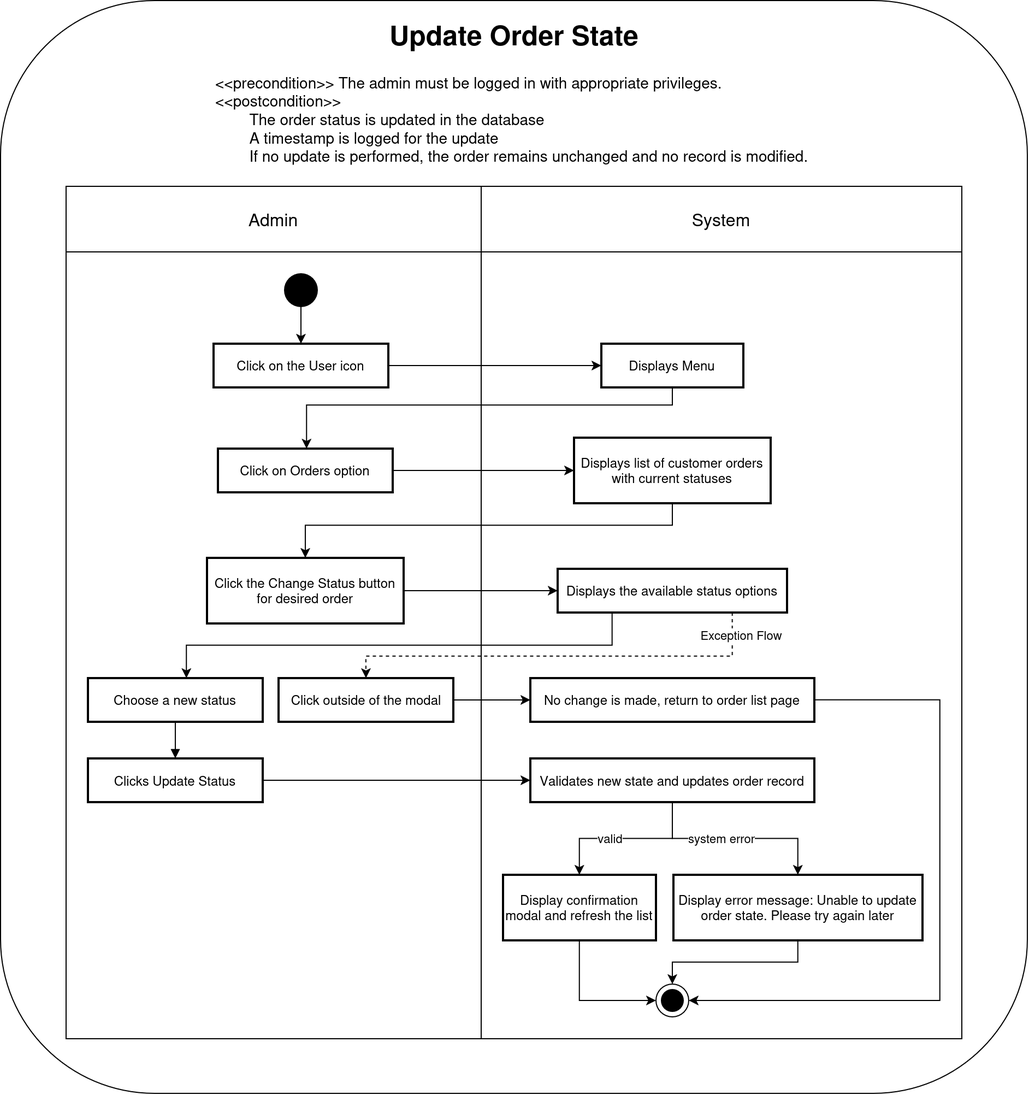
The draw.io diagram Activity_Diagram/A4.drawio.png in auphong2707/PTTKHT-Final-Report, before a commit. Source tidied: cells renumbered, new cells last; positions are measured from the earlier drawing's top-left corner, leaving out a move shared by most shapes. The source it was exported from:
```xml
<mxGraphModel>
  <root>
    <mxCell id="0" />
    <mxCell id="1" parent="0" />
    <mxCell id="2" style="rounded=1;whiteSpace=wrap;html=1;" parent="1" vertex="1">
      <mxGeometry width="940" height="1000" as="geometry" />
    </mxCell>
    <mxCell id="3" style="whiteSpace=wrap;strokeWidth=1;" parent="1" vertex="1">
      <mxGeometry x="440" y="230" width="440" height="720" as="geometry" />
    </mxCell>
    <mxCell id="4" style="whiteSpace=wrap;strokeWidth=1;" parent="1" vertex="1">
      <mxGeometry x="60" y="230" width="380" height="720" as="geometry" />
    </mxCell>
    <mxCell id="5" style="edgeStyle=orthogonalEdgeStyle;rounded=0;jettySize=auto;html=1;" parent="1" edge="1" source="6" target="17">
      <mxGeometry relative="1" as="geometry" />
    </mxCell>
    <mxCell id="6" value="Click on the User icon" style="whiteSpace=wrap;strokeWidth=2;" parent="1" vertex="1">
      <mxGeometry x="195" y="314" width="160" height="40" as="geometry" />
    </mxCell>
    <mxCell id="7" style="edgeStyle=orthogonalEdgeStyle;rounded=0;jettySize=auto;html=1;entryX=0;entryY=0.5;entryDx=0;entryDy=0;" parent="1" edge="1" source="8" target="19">
      <mxGeometry relative="1" as="geometry" />
    </mxCell>
    <mxCell id="8" value="Click on Orders option" style="whiteSpace=wrap;strokeWidth=2;" parent="1" vertex="1">
      <mxGeometry x="199" y="410" width="160" height="40" as="geometry" />
    </mxCell>
    <mxCell id="9" style="edgeStyle=orthogonalEdgeStyle;rounded=0;jettySize=auto;html=1;entryX=0;entryY=0.5;entryDx=0;entryDy=0;" parent="1" edge="1" source="10" target="23">
      <mxGeometry relative="1" as="geometry" />
    </mxCell>
    <mxCell id="10" value="Click the Change Status button for desired order" style="whiteSpace=wrap;strokeWidth=2;" parent="1" vertex="1">
      <mxGeometry x="189" y="510" width="180" height="60" as="geometry" />
    </mxCell>
    <mxCell id="11" value="Choose a new status" style="whiteSpace=wrap;strokeWidth=2;" parent="1" vertex="1">
      <mxGeometry x="80" y="620" width="160" height="40" as="geometry" />
    </mxCell>
    <mxCell id="12" style="edgeStyle=orthogonalEdgeStyle;rounded=0;jettySize=auto;html=1;entryX=0;entryY=0.5;entryDx=0;entryDy=0;" parent="1" edge="1" source="13" target="28">
      <mxGeometry relative="1" as="geometry" />
    </mxCell>
    <mxCell id="13" value="Clicks Update Status" style="whiteSpace=wrap;strokeWidth=2;" parent="1" vertex="1">
      <mxGeometry x="80" y="693.5" width="160" height="40" as="geometry" />
    </mxCell>
    <mxCell id="14" style="edgeStyle=orthogonalEdgeStyle;rounded=0;jettySize=auto;html=1;" parent="1" edge="1" source="15" target="32">
      <mxGeometry relative="1" as="geometry" />
    </mxCell>
    <mxCell id="15" value="Click outside of the modal" style="whiteSpace=wrap;strokeWidth=2;" parent="1" vertex="1">
      <mxGeometry x="254.5" y="620" width="160" height="40" as="geometry" />
    </mxCell>
    <mxCell id="16" style="edgeStyle=orthogonalEdgeStyle;rounded=0;jettySize=auto;html=1;" parent="1" edge="1" source="17" target="8">
      <mxGeometry relative="1" as="geometry">
        <Array as="points">
          <mxPoint x="615" y="370" />
          <mxPoint x="280" y="370" />
        </Array>
      </mxGeometry>
    </mxCell>
    <mxCell id="17" value="Displays Menu" style="whiteSpace=wrap;strokeWidth=2;" parent="1" vertex="1">
      <mxGeometry x="550" y="314" width="130" height="40" as="geometry" />
    </mxCell>
    <mxCell id="18" style="edgeStyle=orthogonalEdgeStyle;rounded=0;jettySize=auto;html=1;" parent="1" edge="1" source="19" target="10">
      <mxGeometry relative="1" as="geometry">
        <Array as="points">
          <mxPoint x="615" y="480" />
          <mxPoint x="279" y="480" />
        </Array>
      </mxGeometry>
    </mxCell>
    <mxCell id="19" value="Displays list of customer orders with current statuses" style="whiteSpace=wrap;strokeWidth=2;" parent="1" vertex="1">
      <mxGeometry x="525" y="400" width="180" height="60" as="geometry" />
    </mxCell>
    <mxCell id="20" style="edgeStyle=orthogonalEdgeStyle;rounded=0;jettySize=auto;html=1;" parent="1" edge="1" source="23" target="11">
      <mxGeometry relative="1" as="geometry">
        <Array as="points">
          <mxPoint x="560" y="590" />
          <mxPoint x="170" y="590" />
        </Array>
      </mxGeometry>
    </mxCell>
    <mxCell id="21" style="edgeStyle=orthogonalEdgeStyle;rounded=0;jettySize=auto;html=1;entryX=0.5;entryY=0;entryDx=0;entryDy=0;dashed=1;" parent="1" edge="1" source="23" target="15">
      <mxGeometry relative="1" as="geometry">
        <Array as="points">
          <mxPoint x="670" y="600" />
          <mxPoint x="335" y="600" />
        </Array>
      </mxGeometry>
    </mxCell>
    <mxCell id="22" value="Exception Flow" style="edgeLabel;html=1;align=center;verticalAlign=middle;" parent="21" vertex="1">
      <mxGeometry x="-0.54" y="2" relative="1" as="geometry">
        <mxPoint x="58" y="-22" as="offset" />
      </mxGeometry>
    </mxCell>
    <mxCell id="23" value="Displays the available status options" style="whiteSpace=wrap;strokeWidth=2;" parent="1" vertex="1">
      <mxGeometry x="510" y="520" width="210" height="40" as="geometry" />
    </mxCell>
    <mxCell id="24" style="edgeStyle=orthogonalEdgeStyle;rounded=0;jettySize=auto;html=1;" parent="1" edge="1" source="28" target="30">
      <mxGeometry relative="1" as="geometry" />
    </mxCell>
    <mxCell id="25" value="&lt;div&gt;valid&lt;/div&gt;" style="edgeLabel;html=1;align=center;verticalAlign=middle;" parent="24" vertex="1">
      <mxGeometry x="0.22" y="-1" relative="1" as="geometry" />
    </mxCell>
    <mxCell id="26" style="edgeStyle=orthogonalEdgeStyle;rounded=0;jettySize=auto;html=1;" parent="1" edge="1" source="28" target="34">
      <mxGeometry relative="1" as="geometry" />
    </mxCell>
    <mxCell id="27" value="system error" style="edgeLabel;html=1;align=center;verticalAlign=middle;" parent="26" vertex="1">
      <mxGeometry x="-0.16" y="1" relative="1" as="geometry" />
    </mxCell>
    <mxCell id="28" value="Validates new state and updates order record" style="whiteSpace=wrap;strokeWidth=2;" parent="1" vertex="1">
      <mxGeometry x="485" y="693.5" width="260" height="40" as="geometry" />
    </mxCell>
    <mxCell id="29" style="edgeStyle=orthogonalEdgeStyle;rounded=0;jettySize=auto;html=1;entryX=0;entryY=0.5;entryDx=0;entryDy=0;" parent="1" edge="1" source="30" target="39">
      <mxGeometry relative="1" as="geometry" />
    </mxCell>
    <mxCell id="30" value="Display confirmation modal and refresh the list" style="whiteSpace=wrap;strokeWidth=2;" parent="1" vertex="1">
      <mxGeometry x="460" y="800" width="140" height="60" as="geometry" />
    </mxCell>
    <mxCell id="31" style="edgeStyle=orthogonalEdgeStyle;rounded=0;jettySize=auto;html=1;entryX=1;entryY=0.5;entryDx=0;entryDy=0;" parent="1" edge="1" source="32" target="39">
      <mxGeometry relative="1" as="geometry">
        <Array as="points">
          <mxPoint x="860" y="640" />
          <mxPoint x="860" y="915" />
        </Array>
      </mxGeometry>
    </mxCell>
    <mxCell id="32" value="No change is made, return to order list page" style="whiteSpace=wrap;strokeWidth=2;" parent="1" vertex="1">
      <mxGeometry x="485" y="620" width="260" height="40" as="geometry" />
    </mxCell>
    <mxCell id="33" style="edgeStyle=orthogonalEdgeStyle;rounded=0;jettySize=auto;html=1;entryX=0.5;entryY=0;entryDx=0;entryDy=0;" parent="1" edge="1" source="34" target="39">
      <mxGeometry relative="1" as="geometry" />
    </mxCell>
    <mxCell id="34" value="Display error message: Unable to update order state. Please try again later" style="whiteSpace=wrap;strokeWidth=2;" parent="1" vertex="1">
      <mxGeometry x="616" y="800" width="228" height="60" as="geometry" />
    </mxCell>
    <mxCell id="35" style="curved=1;startArrow=none;endArrow=block;exitX=0.5;exitY=0.99;entryX=0.5;entryY=-0.01;rounded=0;" parent="1" edge="1" source="11" target="13">
      <mxGeometry relative="1" as="geometry" />
    </mxCell>
    <mxCell id="36" style="edgeStyle=orthogonalEdgeStyle;rounded=0;jettySize=auto;html=1;" parent="1" edge="1" source="37" target="6">
      <mxGeometry relative="1" as="geometry" />
    </mxCell>
    <mxCell id="37" style="ellipse;whiteSpace=wrap;html=1;fillColor=#000000;direction=south;" parent="1" vertex="1">
      <mxGeometry x="260" y="250" width="30" height="30" as="geometry" />
    </mxCell>
    <mxCell id="38" style="group;" parent="1" vertex="1">
      <mxGeometry x="600" y="900" width="30" height="30" as="geometry" />
    </mxCell>
    <mxCell id="39" style="ellipse;whiteSpace=wrap;html=1;fillColor=#FFFFFF;" parent="38" vertex="1">
      <mxGeometry width="30" height="30" as="geometry" />
    </mxCell>
    <mxCell id="40" style="ellipse;whiteSpace=wrap;html=1;fillColor=#000000;" parent="38" vertex="1">
      <mxGeometry x="5" y="5" width="20" height="20" as="geometry" />
    </mxCell>
    <mxCell id="41" value="&lt;font style=&quot;font-size: 16px;&quot;&gt;Admin&lt;/font&gt;" style="rounded=0;whiteSpace=wrap;html=1;" parent="1" vertex="1">
      <mxGeometry x="60" y="170" width="380" height="60" as="geometry" />
    </mxCell>
    <mxCell id="42" value="&lt;font style=&quot;font-size: 16px;&quot;&gt;System&lt;/font&gt;" style="rounded=0;whiteSpace=wrap;html=1;" parent="1" vertex="1">
      <mxGeometry x="440" y="170" width="440" height="60" as="geometry" />
    </mxCell>
    <mxCell id="43" value="&lt;&lt;precondition&gt;&gt; The admin must be logged in with appropriate privileges.&#10;&lt;&lt;postcondition&gt;&gt;&#10;        The order status is updated in the database&#10;        A timestamp is logged for the update&#10;        If no update is performed, the order remains unchanged and no record is modified." style="text;whiteSpace=wrap;fontSize=14;" parent="1" vertex="1">
      <mxGeometry x="195" y="60" width="550" height="100" as="geometry" />
    </mxCell>
    <mxCell id="44" value="Update Order State" style="text;whiteSpace=wrap;fontSize=25;fontStyle=1;align=center;" parent="1" vertex="1">
      <mxGeometry x="293.6" y="10" width="352.8" height="50" as="geometry" />
    </mxCell>
  </root>
</mxGraphModel>
```
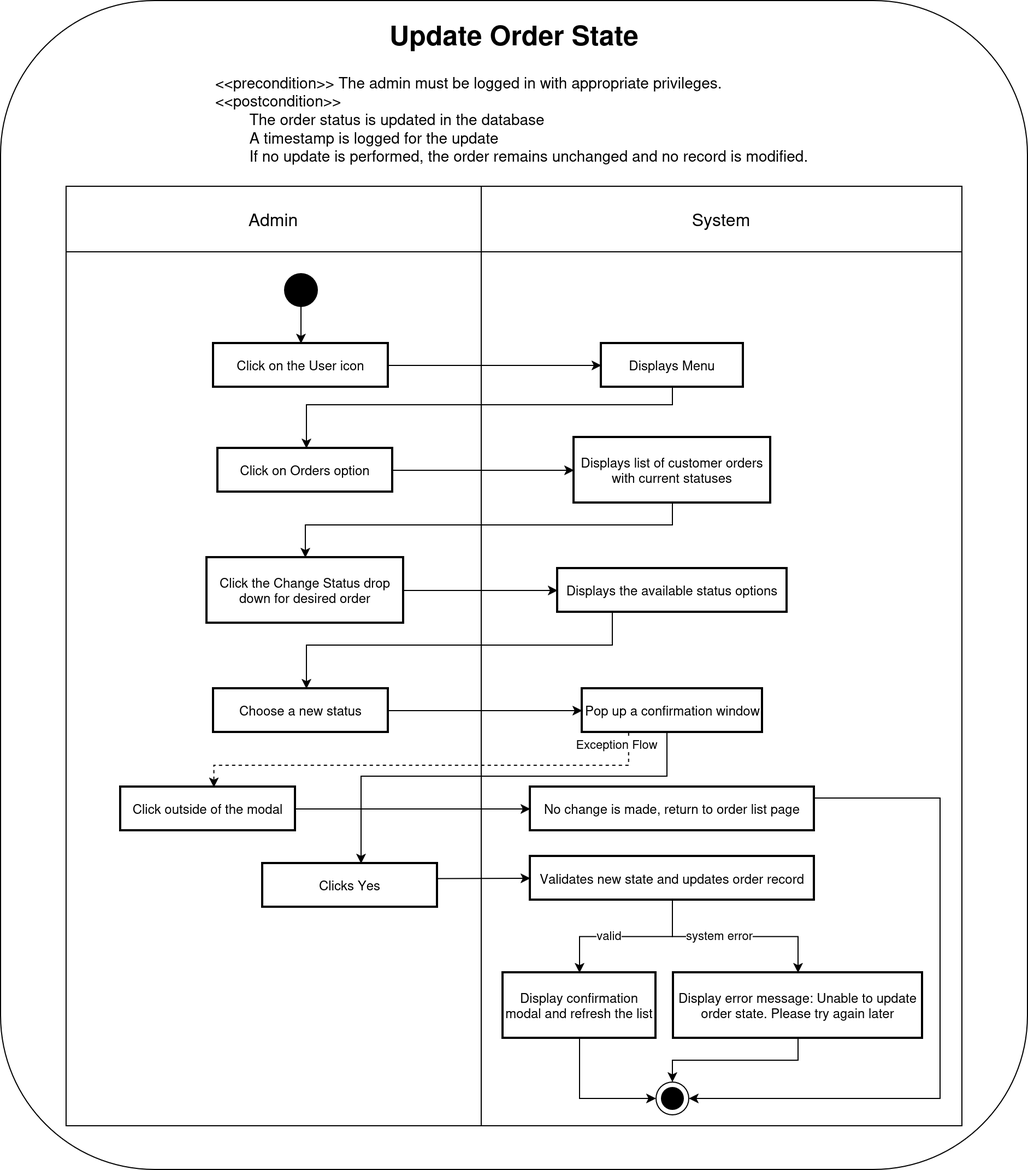
After the commit.

Diff of the diagram source:
```diff
@@ -3,13 +3,13 @@
     <mxCell id="0" />
     <mxCell id="1" parent="0" />
     <mxCell id="2" style="rounded=1;whiteSpace=wrap;html=1;" parent="1" vertex="1">
-      <mxGeometry width="940" height="1000" as="geometry" />
+      <mxGeometry width="940" height="1070" as="geometry" />
     </mxCell>
     <mxCell id="3" style="whiteSpace=wrap;strokeWidth=1;" parent="1" vertex="1">
-      <mxGeometry x="440" y="230" width="440" height="720" as="geometry" />
+      <mxGeometry x="440" y="230" width="440" height="800" as="geometry" />
     </mxCell>
     <mxCell id="4" style="whiteSpace=wrap;strokeWidth=1;" parent="1" vertex="1">
-      <mxGeometry x="60" y="230" width="380" height="720" as="geometry" />
+      <mxGeometry x="60" y="230" width="380" height="800" as="geometry" />
     </mxCell>
     <mxCell id="5" style="edgeStyle=orthogonalEdgeStyle;rounded=0;jettySize=auto;html=1;" parent="1" edge="1" source="6" target="17">
       <mxGeometry relative="1" as="geometry" />
@@ -26,24 +26,34 @@
     <mxCell id="9" style="edgeStyle=orthogonalEdgeStyle;rounded=0;jettySize=auto;html=1;entryX=0;entryY=0.5;entryDx=0;entryDy=0;" parent="1" edge="1" source="10" target="23">
       <mxGeometry relative="1" as="geometry" />
     </mxCell>
-    <mxCell id="10" value="Click the Change Status button for desired order" style="whiteSpace=wrap;strokeWidth=2;" parent="1" vertex="1">
+    <mxCell id="10" value="Click the Change Status drop down for desired order" style="whiteSpace=wrap;strokeWidth=2;" parent="1" vertex="1">
       <mxGeometry x="189" y="510" width="180" height="60" as="geometry" />
     </mxCell>
+    <mxCell id="45" style="edgeStyle=orthogonalEdgeStyle;rounded=0;jettySize=auto;html=1;exitX=1;exitY=0.5;exitDx=0;exitDy=0;" parent="1" edge="1" source="11" target="48">
+      <mxGeometry relative="1" as="geometry" />
+    </mxCell>
     <mxCell id="11" value="Choose a new status" style="whiteSpace=wrap;strokeWidth=2;" parent="1" vertex="1">
-      <mxGeometry x="80" y="620" width="160" height="40" as="geometry" />
+      <mxGeometry x="195" y="630" width="160" height="40" as="geometry" />
     </mxCell>
-    <mxCell id="12" style="edgeStyle=orthogonalEdgeStyle;rounded=0;jettySize=auto;html=1;entryX=0;entryY=0.5;entryDx=0;entryDy=0;" parent="1" edge="1" source="13" target="28">
-      <mxGeometry relative="1" as="geometry" />
+    <mxCell id="12" style="edgeStyle=orthogonalEdgeStyle;rounded=0;jettySize=auto;html=1;entryX=0;entryY=0.5;entryDx=0;entryDy=0;" parent="1" edge="1" source="15" target="32">
+      <mxGeometry relative="1" as="geometry">
+        <Array as="points">
+          <mxPoint x="370" y="740" />
+          <mxPoint x="370" y="740" />
+        </Array>
+      </mxGeometry>
     </mxCell>
+    <mxCell id="46" style="edgeStyle=orthogonalEdgeStyle;rounded=0;jettySize=auto;html=1;exitX=0.5;exitY=1;exitDx=0;exitDy=0;entryX=0;entryY=0.5;entryDx=0;entryDy=0;" parent="1" edge="1" source="13" target="28">
+      <mxGeometry relative="1" as="geometry">
+        <Array as="points">
+          <mxPoint x="330" y="804" />
+          <mxPoint x="448" y="804" />
+        </Array>
+      </mxGeometry>
+    </mxCell>
-    <mxCell id="13" value="Clicks Update Status" style="whiteSpace=wrap;strokeWidth=2;" parent="1" vertex="1">
-      <mxGeometry x="80" y="693.5" width="160" height="40" as="geometry" />
+    <mxCell id="13" value="Clicks Yes" style="whiteSpace=wrap;strokeWidth=2;" parent="1" vertex="1">
+      <mxGeometry x="240" y="790" width="160" height="40" as="geometry" />
     </mxCell>
-    <mxCell id="14" style="edgeStyle=orthogonalEdgeStyle;rounded=0;jettySize=auto;html=1;" parent="1" edge="1" source="15" target="32">
-      <mxGeometry relative="1" as="geometry" />
-    </mxCell>
-    <mxCell id="15" value="Click outside of the modal" style="whiteSpace=wrap;strokeWidth=2;" parent="1" vertex="1">
-      <mxGeometry x="254.5" y="620" width="160" height="40" as="geometry" />
-    </mxCell>
     <mxCell id="16" style="edgeStyle=orthogonalEdgeStyle;rounded=0;jettySize=auto;html=1;" parent="1" edge="1" source="17" target="8">
       <mxGeometry relative="1" as="geometry">
         <Array as="points">
@@ -70,15 +80,17 @@
       <mxGeometry relative="1" as="geometry">
         <Array as="points">
           <mxPoint x="560" y="590" />
-          <mxPoint x="170" y="590" />
+          <mxPoint x="280" y="590" />
         </Array>
       </mxGeometry>
     </mxCell>
-    <mxCell id="21" style="edgeStyle=orthogonalEdgeStyle;rounded=0;jettySize=auto;html=1;entryX=0.5;entryY=0;entryDx=0;entryDy=0;dashed=1;" parent="1" edge="1" source="23" target="15">
+    <mxCell id="21" style="edgeStyle=orthogonalEdgeStyle;rounded=0;jettySize=auto;html=1;entryX=0.533;entryY=0.007;entryDx=0;entryDy=0;dashed=1;exitX=0.833;exitY=1;exitDx=0;exitDy=0;exitPerimeter=0;entryPerimeter=0;" parent="1" edge="1" target="15">
       <mxGeometry relative="1" as="geometry">
+        <mxPoint x="574.9" y="670" as="sourcePoint" />
         <Array as="points">
-          <mxPoint x="670" y="600" />
-          <mxPoint x="335" y="600" />
+          <mxPoint x="575" y="700" />
+          <mxPoint x="195" y="700" />
+          <mxPoint x="195" y="720" />
         </Array>
       </mxGeometry>
     </mxCell>
@@ -103,34 +115,31 @@
       <mxGeometry x="-0.16" y="1" relative="1" as="geometry" />
     </mxCell>
     <mxCell id="28" value="Validates new state and updates order record" style="whiteSpace=wrap;strokeWidth=2;" parent="1" vertex="1">
-      <mxGeometry x="485" y="693.5" width="260" height="40" as="geometry" />
+      <mxGeometry x="485" y="783.5" width="260" height="40" as="geometry" />
     </mxCell>
     <mxCell id="29" style="edgeStyle=orthogonalEdgeStyle;rounded=0;jettySize=auto;html=1;entryX=0;entryY=0.5;entryDx=0;entryDy=0;" parent="1" edge="1" source="30" target="39">
       <mxGeometry relative="1" as="geometry" />
     </mxCell>
     <mxCell id="30" value="Display confirmation modal and refresh the list" style="whiteSpace=wrap;strokeWidth=2;" parent="1" vertex="1">
-      <mxGeometry x="460" y="800" width="140" height="60" as="geometry" />
+      <mxGeometry x="460" y="890" width="140" height="60" as="geometry" />
     </mxCell>
     <mxCell id="31" style="edgeStyle=orthogonalEdgeStyle;rounded=0;jettySize=auto;html=1;entryX=1;entryY=0.5;entryDx=0;entryDy=0;" parent="1" edge="1" source="32" target="39">
       <mxGeometry relative="1" as="geometry">
         <Array as="points">
-          <mxPoint x="860" y="640" />
-          <mxPoint x="860" y="915" />
+          <mxPoint x="860" y="730" />
+          <mxPoint x="860" y="1005" />
         </Array>
       </mxGeometry>
     </mxCell>
     <mxCell id="32" value="No change is made, return to order list page" style="whiteSpace=wrap;strokeWidth=2;" parent="1" vertex="1">
-      <mxGeometry x="485" y="620" width="260" height="40" as="geometry" />
+      <mxGeometry x="485" y="720" width="260" height="40" as="geometry" />
     </mxCell>
     <mxCell id="33" style="edgeStyle=orthogonalEdgeStyle;rounded=0;jettySize=auto;html=1;entryX=0.5;entryY=0;entryDx=0;entryDy=0;" parent="1" edge="1" source="34" target="39">
       <mxGeometry relative="1" as="geometry" />
     </mxCell>
     <mxCell id="34" value="Display error message: Unable to update order state. Please try again later" style="whiteSpace=wrap;strokeWidth=2;" parent="1" vertex="1">
-      <mxGeometry x="616" y="800" width="228" height="60" as="geometry" />
+      <mxGeometry x="616" y="890" width="228" height="60" as="geometry" />
     </mxCell>
-    <mxCell id="35" style="curved=1;startArrow=none;endArrow=block;exitX=0.5;exitY=0.99;entryX=0.5;entryY=-0.01;rounded=0;" parent="1" edge="1" source="11" target="13">
-      <mxGeometry relative="1" as="geometry" />
-    </mxCell>
     <mxCell id="36" style="edgeStyle=orthogonalEdgeStyle;rounded=0;jettySize=auto;html=1;" parent="1" edge="1" source="37" target="6">
       <mxGeometry relative="1" as="geometry" />
     </mxCell>
@@ -141,10 +150,10 @@
       <mxGeometry x="600" y="900" width="30" height="30" as="geometry" />
     </mxCell>
     <mxCell id="39" style="ellipse;whiteSpace=wrap;html=1;fillColor=#FFFFFF;" parent="38" vertex="1">
-      <mxGeometry width="30" height="30" as="geometry" />
+      <mxGeometry y="90" width="30" height="30" as="geometry" />
     </mxCell>
     <mxCell id="40" style="ellipse;whiteSpace=wrap;html=1;fillColor=#000000;" parent="38" vertex="1">
-      <mxGeometry x="5" y="5" width="20" height="20" as="geometry" />
+      <mxGeometry x="5" y="95" width="20" height="20" as="geometry" />
     </mxCell>
     <mxCell id="41" value="&lt;font style=&quot;font-size: 16px;&quot;&gt;Admin&lt;/font&gt;" style="rounded=0;whiteSpace=wrap;html=1;" parent="1" vertex="1">
       <mxGeometry x="60" y="170" width="380" height="60" as="geometry" />
@@ -158,5 +167,20 @@
     <mxCell id="44" value="Update Order State" style="text;whiteSpace=wrap;fontSize=25;fontStyle=1;align=center;" parent="1" vertex="1">
       <mxGeometry x="293.6" y="10" width="352.8" height="50" as="geometry" />
     </mxCell>
+    <mxCell id="47" style="edgeStyle=orthogonalEdgeStyle;rounded=0;jettySize=auto;html=1;exitX=0.5;exitY=1;exitDx=0;exitDy=0;" parent="1" edge="1" source="48" target="13">
+      <mxGeometry relative="1" as="geometry">
+        <Array as="points">
+          <mxPoint x="610" y="670" />
+          <mxPoint x="610" y="710" />
+          <mxPoint x="330" y="710" />
+        </Array>
+      </mxGeometry>
+    </mxCell>
+    <mxCell id="48" value="Pop up a confirmation window" style="whiteSpace=wrap;strokeWidth=2;" parent="1" vertex="1">
+      <mxGeometry x="532.5" y="630" width="165" height="40" as="geometry" />
+    </mxCell>
+    <mxCell id="15" value="Click outside of the modal" style="whiteSpace=wrap;strokeWidth=2;" parent="1" vertex="1">
+      <mxGeometry x="110" y="720" width="160" height="40" as="geometry" />
+    </mxCell>
   </root>
 </mxGraphModel>
```
